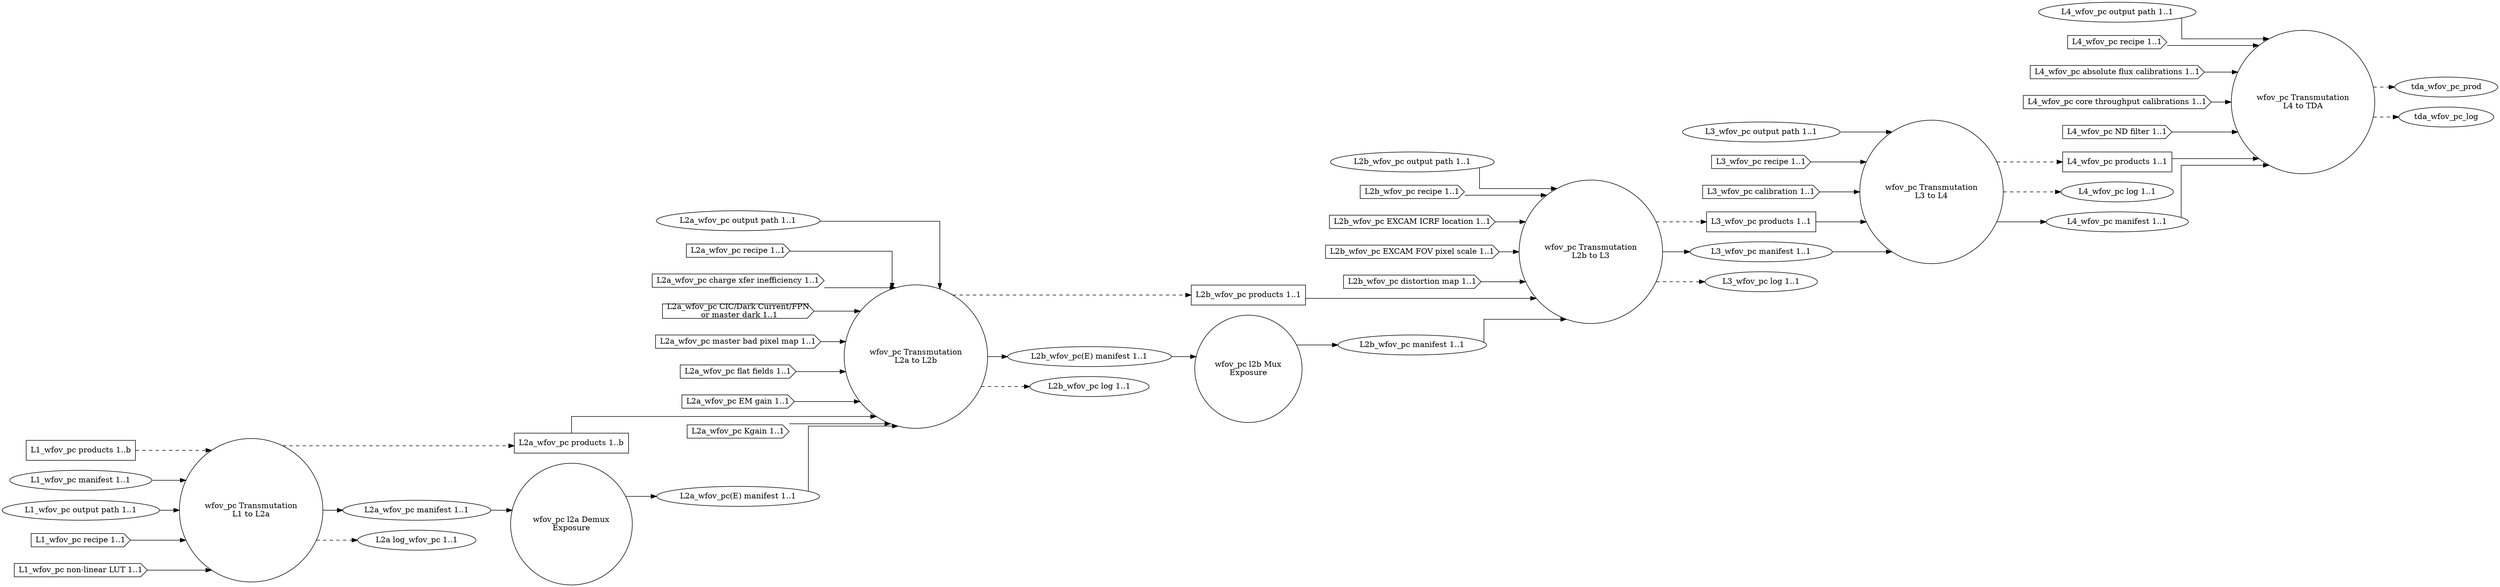
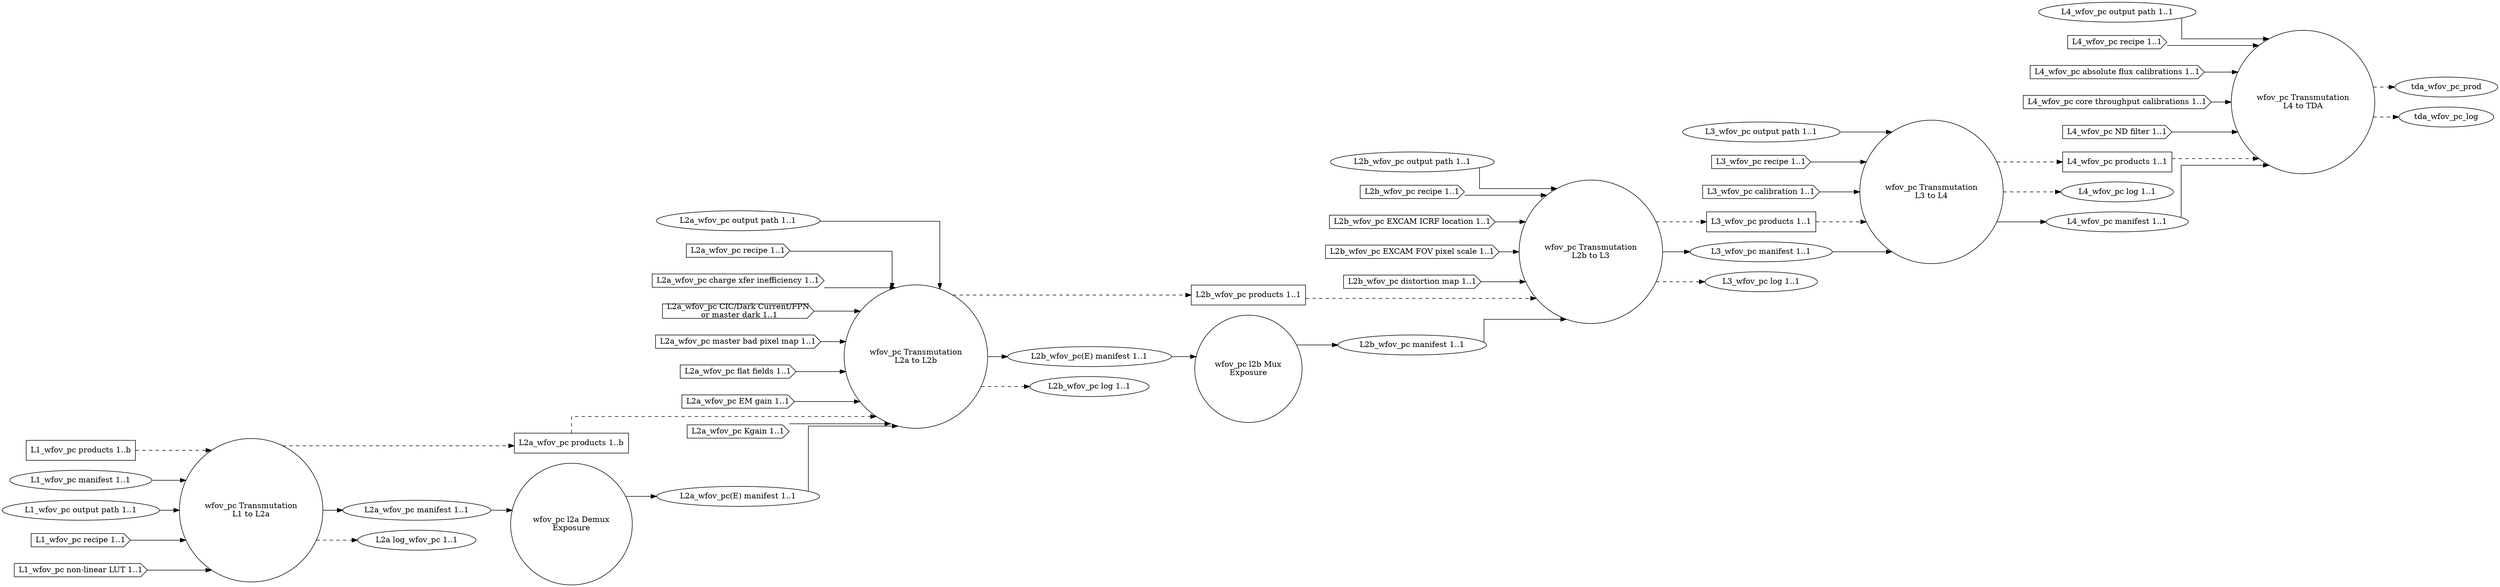
digraph WideFieldOfViewPhotonCount
{
  graph [splines="ortho", rankdir=LR];

  trans_wfov_pc_l1_l2a [label="wfov_pc Transmutation\nL1 to L2a", shape="circle"];
  l2a_wfov_pc_demux [label="wfov_pc l2a Demux\nExposure" shape="circle"];
  trans_wfov_pc_l2a_l2b [label="wfov_pc Transmutation\nL2a to L2b", shape="circle"];
  l2b_wfov_pc_mux [label="wfov_pc l2b Mux\nExposure", shape="circle"];
  trans_wfov_pc_l2b_l3 [label="wfov_pc Transmutation\nL2b to L3", shape="circle"];
  trans_wfov_pc_l3_l4 [label="wfov_pc Transmutation\nL3 to L4", shape="circle"];
  trans_wfov_pc_l4_tda [label="wfov_pc Transmutation\nL4 to TDA", shape="circle"];

  l1_wfov_pc_prod [label="L1_wfov_pc products 1..b", shape="rectangle"];
  l1_wfov_pc_man [label="L1_wfov_pc manifest 1..1", shape="ellipse"];
  l1_wfov_pc_odir [label="L1_wfov_pc output path 1..1", shape="ellipse"];
  l1_wfov_pc_rec [label="L1_wfov_pc recipe 1..1", shape="cds"];
  l1_wfov_pc_nllut [label="L1_wfov_pc non-linear LUT 1..1", shape="cds"];

  l2a_wfov_pc_prod [label="L2a_wfov_pc products 1..b", shape="rectangle"];
  l2a_wfov_pc_man [label="L2a_wfov_pc manifest 1..1", shape="ellipse"];
  l2a_wfov_pc_odir [label="L2a_wfov_pc output path 1..1", shape="ellipse"];
  l2a_wfov_pc_rec [label="L2a_wfov_pc recipe 1..1", shape="cds"];
  l2a_wfov_pc_cti [label="L2a_wfov_pc charge xfer inefficiency 1..1", shape="cds"];
  l2a_wfov_pc_dnb [label="L2a_wfov_pc CIC/Dark Current/FPN\n or master dark 1..1", shape="cds"];
  l2a_wfov_pc_mbpm [label="L2a_wfov_pc master bad pixel map 1..1", shape="cds"];
  l2a_wfov_pc_ff [label="L2a_wfov_pc flat fields 1..1", shape="cds"];
  l2a_wfov_pc_emg [label="L2a_wfov_pc EM gain 1..1", shape="cds"];
  l2a_wfov_pc_kgain [label="L2a_wfov_pc Kgain 1..1", shape="cds"];
  l2a_wfov_pc_log [label="L2a log_wfov_pc 1..1", shape="ellipse"];
  l2a_wfov_pc_man_demux [label="L2a_wfov_pc(E) manifest 1..1", shape="ellipse"];

  l2b_wfov_pc_prod [label="L2b_wfov_pc products 1..1", shape="rectangle"];
  l2b_wfov_pc_man [label="L2b_wfov_pc manifest 1..1", shape="ellipse"];
  l2b_wfov_pc_odir [label="L2b_wfov_pc output path 1..1", shape="ellipse"];
  l2b_wfov_pc_rec [label="L2b_wfov_pc recipe 1..1", shape="cds"];
  l2b_wfov_pc_excicrf [label="L2b_wfov_pc EXCAM ICRF location 1..1", shape="cds"];
  l2b_wfov_pc_excfovps [label="L2b_wfov_pc EXCAM FOV pixel scale 1..1", shape="cds"];
  l2b_wfov_pc_distm [label="L2b_wfov_pc distortion map 1..1", shape="cds"];
  l2b_wfov_pc_man_demux [label="L2b_wfov_pc(E) manifest 1..1", shape="ellipse"];
  l2b_wfov_pc_log [label="L2b_wfov_pc log 1..1", shape="ellipse"];

  l3_wfov_pc_prod [label="L3_wfov_pc products 1..1", shape="rectangle"];
  l3_wfov_pc_odir [label="L3_wfov_pc output path 1..1", shape="ellipse"];
  l3_wfov_pc_man [label="L3_wfov_pc manifest 1..1", shape="ellipse"];
  l3_wfov_pc_rec [label="L3_wfov_pc recipe 1..1", shape="cds"];
  l3_wfov_pc_cal [label="L3_wfov_pc calibration 1..1", shape="cds"];
  l3_wfov_pc_log [label="L3_wfov_pc log 1..1", shape="ellipse"];

  l4_wfov_pc_prod [label="L4_wfov_pc products 1..1", shape="rectangle"];
  l4_wfov_pc_odir [label="L4_wfov_pc output path 1..1", shape="ellipse"];
  l4_wfov_pc_log [label="L4_wfov_pc log 1..1", shape="ellipse"];
  l4_wfov_pc_man [label="L4_wfov_pc manifest 1..1", shape="ellipse"];
  l4_wfov_pc_rec [label="L4_wfov_pc recipe 1..1", shape="cds"];
  l4_wfov_pc_afcal [label="L4_wfov_pc absolute flux calibrations 1..1", shape="cds"];
  l4_wfov_pc_ctcal [label="L4_wfov_pc core throughput calibrations 1..1", shape="cds"];
  l4_wfov_pc_ndfilt [label="L4_wfov_pc ND filter 1..1", shape="cds"];

  l1_wfov_pc_prod -> trans_wfov_pc_l1_l2a [style="dashed"];
  l1_wfov_pc_man -> trans_wfov_pc_l1_l2a;
  l1_wfov_pc_odir -> trans_wfov_pc_l1_l2a;
  l1_wfov_pc_rec -> trans_wfov_pc_l1_l2a;
  l1_wfov_pc_nllut -> trans_wfov_pc_l1_l2a;

  trans_wfov_pc_l1_l2a -> l2a_wfov_pc_prod [style="dashed"];
  trans_wfov_pc_l1_l2a -> l2a_wfov_pc_man;
  trans_wfov_pc_l1_l2a -> l2a_wfov_pc_log [style="dashed"];

-   l2a_wfov_pc_prod -> trans_wfov_pc_l2a_l2b;
+   l2a_wfov_pc_prod -> trans_wfov_pc_l2a_l2b [style="dashed"];
  l2a_wfov_pc_odir -> trans_wfov_pc_l2a_l2b;
  l2a_wfov_pc_rec -> trans_wfov_pc_l2a_l2b;
  l2a_wfov_pc_cti -> trans_wfov_pc_l2a_l2b;
  l2a_wfov_pc_dnb -> trans_wfov_pc_l2a_l2b;
  l2a_wfov_pc_mbpm -> trans_wfov_pc_l2a_l2b;
  l2a_wfov_pc_ff -> trans_wfov_pc_l2a_l2b;
  l2a_wfov_pc_emg -> trans_wfov_pc_l2a_l2b;
  l2a_wfov_pc_kgain -> trans_wfov_pc_l2a_l2b;

  trans_wfov_pc_l2a_l2b -> l2b_wfov_pc_prod [style="dashed"];
  trans_wfov_pc_l2a_l2b -> l2b_wfov_pc_man_demux;
  trans_wfov_pc_l2a_l2b -> l2b_wfov_pc_log [style="dashed"];

  l2a_wfov_pc_man -> l2a_wfov_pc_demux;
  l2a_wfov_pc_demux -> l2a_wfov_pc_man_demux;
  l2a_wfov_pc_man_demux -> trans_wfov_pc_l2a_l2b;

  l2b_wfov_pc_man_demux -> l2b_wfov_pc_mux;
  l2b_wfov_pc_mux -> l2b_wfov_pc_man;

-   l2b_wfov_pc_prod -> trans_wfov_pc_l2b_l3;
+   l2b_wfov_pc_prod -> trans_wfov_pc_l2b_l3 [style="dashed"];
  l2b_wfov_pc_man -> trans_wfov_pc_l2b_l3;
  l2b_wfov_pc_odir -> trans_wfov_pc_l2b_l3;
  l2b_wfov_pc_rec -> trans_wfov_pc_l2b_l3;
  l2b_wfov_pc_excicrf -> trans_wfov_pc_l2b_l3;
  l2b_wfov_pc_excfovps -> trans_wfov_pc_l2b_l3;
  l2b_wfov_pc_distm -> trans_wfov_pc_l2b_l3;
  trans_wfov_pc_l2b_l3 -> l3_wfov_pc_prod [style="dashed"];
  trans_wfov_pc_l2b_l3 -> l3_wfov_pc_man;
  trans_wfov_pc_l2b_l3 -> l3_wfov_pc_log [style="dashed"];

-   l3_wfov_pc_prod -> trans_wfov_pc_l3_l4;
+   l3_wfov_pc_prod -> trans_wfov_pc_l3_l4 [style="dashed"];
  l3_wfov_pc_man -> trans_wfov_pc_l3_l4;
  l3_wfov_pc_odir -> trans_wfov_pc_l3_l4;
  l3_wfov_pc_rec -> trans_wfov_pc_l3_l4;
  l3_wfov_pc_cal -> trans_wfov_pc_l3_l4;
  trans_wfov_pc_l3_l4 -> l4_wfov_pc_prod [style="dashed"];
  trans_wfov_pc_l3_l4 -> l4_wfov_pc_log [style="dashed"];
  trans_wfov_pc_l3_l4 -> l4_wfov_pc_man;

-   l4_wfov_pc_prod -> trans_wfov_pc_l4_tda;
+   l4_wfov_pc_prod -> trans_wfov_pc_l4_tda [style="dashed"];
  l4_wfov_pc_man -> trans_wfov_pc_l4_tda;
  l4_wfov_pc_odir -> trans_wfov_pc_l4_tda;
  l4_wfov_pc_rec -> trans_wfov_pc_l4_tda;
  l4_wfov_pc_afcal -> trans_wfov_pc_l4_tda;
  l4_wfov_pc_ctcal -> trans_wfov_pc_l4_tda;
  l4_wfov_pc_ndfilt -> trans_wfov_pc_l4_tda;
  trans_wfov_pc_l4_tda -> tda_wfov_pc_prod [style="dashed"];
  trans_wfov_pc_l4_tda -> tda_wfov_pc_log [style="dashed"];
}
